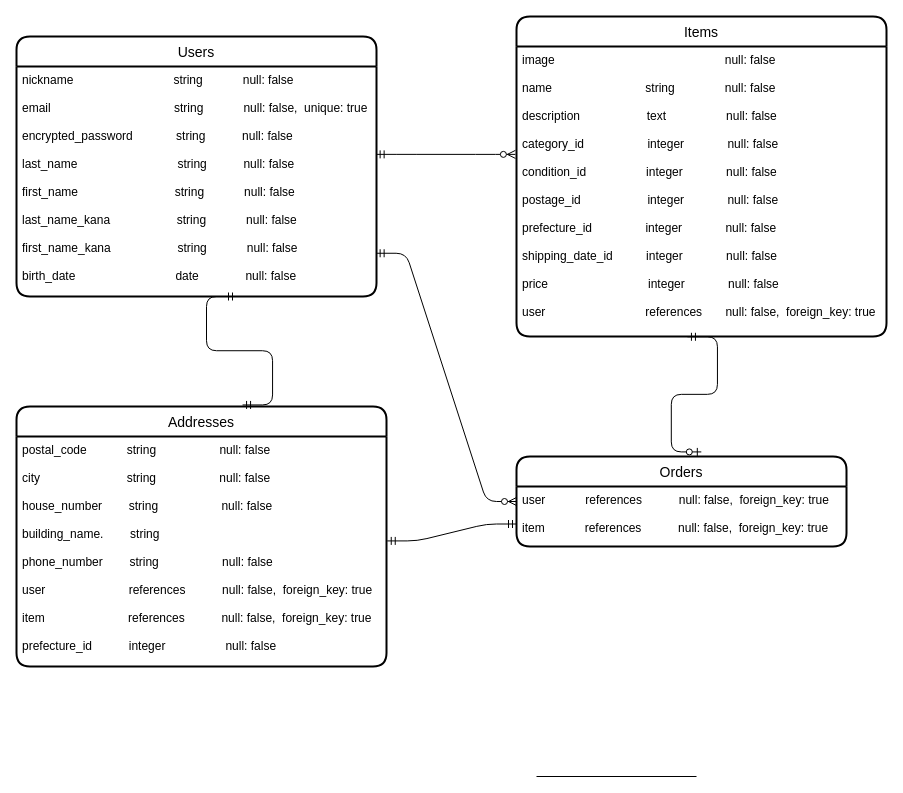
Above: furima.dio in haru8376/furima-35378 (draw.io), before the change. Source tidied: cells renumbered, new cells numbered last; positions are measured from the earlier drawing's top-left corner, leaving out a move shared by most shapes. Both pictures are drawn from the tidied source at 100%, with x=0, y=0 at pixel (16, 16).
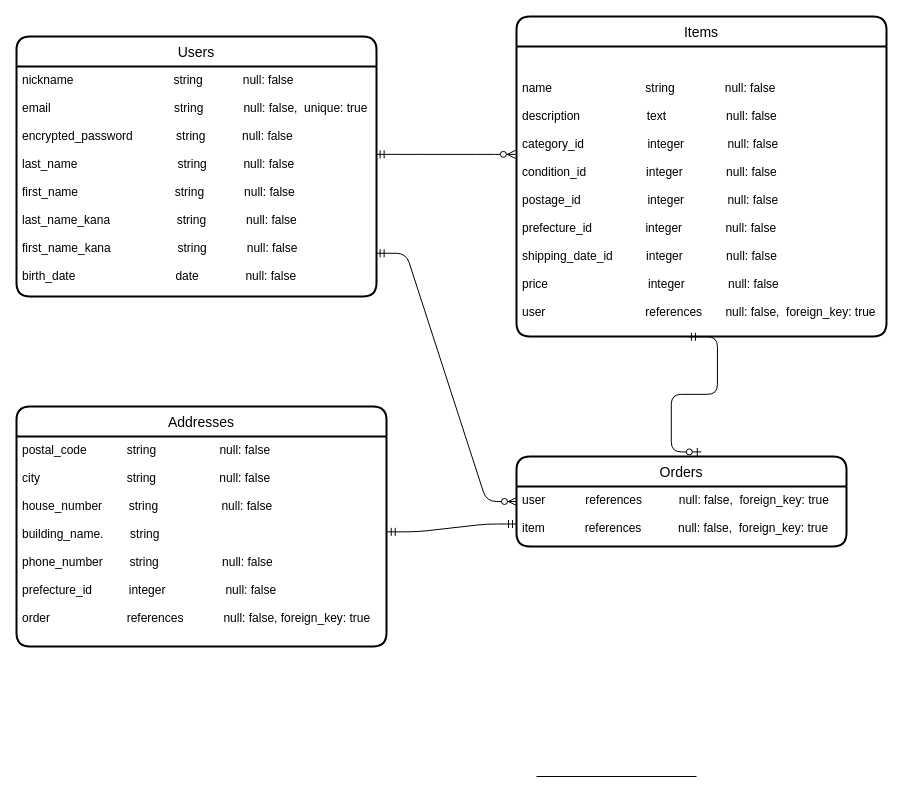
Above is the later version.

Commit message (it also covers changes not shown here):
データベース設計の修正

What changed in the source:
```diff
@@
 <mxGraphModel>
   <root>
     <mxCell id="0" />
     <mxCell id="1" parent="0" />
     <mxCell id="2" style="endArrow=none;html=1;rounded=0;" parent="1" edge="1">
       <mxGeometry relative="1" as="geometry">
         <mxPoint x="520" y="760" as="sourcePoint" />
         <mxPoint x="680" y="760" as="targetPoint" />
       </mxGeometry>
     </mxCell>
     <mxCell id="3" value="Users" style="swimlane;horizontal=1;startSize=30;rounded=1;fontSize=14;fontStyle=0;strokeWidth=2;shadow=0;dashed=0;align=center;" parent="1" vertex="1">
       <mxGeometry y="20" width="360" height="260" as="geometry" />
     </mxCell>
     <mxCell id="4" value="nickname                              string            null: false&#10;&#10;email                                     string            null: false,  unique: true&#10;&#10;encrypted_password             string           null: false&#10;&#10;last_name                              string           null: false&#10;&#10;first_name                             string            null: false&#10;&#10;last_name_kana                    string            null: false&#10;&#10;first_name_kana                    string            null: false&#10;&#10;birth_date                              date              null: false" style="align=left;strokeColor=none;fillColor=none;spacingLeft=4;fontSize=12;verticalAlign=top;" parent="3" vertex="1">
       <mxGeometry y="30" width="360" height="230" as="geometry" />
     </mxCell>
     <mxCell id="5" value="Items" style="swimlane;horizontal=1;startSize=30;rounded=1;fontSize=14;fontStyle=0;strokeWidth=2;shadow=0;dashed=0;align=center;" parent="1" vertex="1">
       <mxGeometry x="500" width="370" height="320" as="geometry" />
     </mxCell>
-    <mxCell id="6" value="image                                                   null: false&#10;&#10;name                            string               null: false &#10;&#10;description                    text                  null: false&#10;&#10;category_id                   integer             null: false&#10;&#10;condition_id                  integer             null: false&#10;&#10;postage_id                    integer             null: false&#10;&#10;prefecture_id                integer             null: false&#10;&#10;shipping_date_id          integer             null: false&#10;&#10;price                              integer             null: false&#10;&#10;user                              references       null: false,  foreign_key: true" style="align=left;strokeColor=none;fillColor=none;spacingLeft=4;fontSize=12;verticalAlign=top;" parent="5" vertex="1">
+    <mxCell id="6" value="&#10;&#10;name                            string               null: false &#10;&#10;description                    text                  null: false&#10;&#10;category_id                   integer             null: false&#10;&#10;condition_id                  integer             null: false&#10;&#10;postage_id                    integer             null: false&#10;&#10;prefecture_id                integer             null: false&#10;&#10;shipping_date_id          integer             null: false&#10;&#10;price                              integer             null: false&#10;&#10;user                              references       null: false,  foreign_key: true" style="align=left;strokeColor=none;fillColor=none;spacingLeft=4;fontSize=12;verticalAlign=top;" parent="5" vertex="1">
       <mxGeometry y="30" width="370" height="290" as="geometry" />
     </mxCell>
     <mxCell id="7" value="Orders" style="swimlane;horizontal=1;startSize=30;rounded=1;fontSize=14;fontStyle=0;strokeWidth=2;shadow=0;dashed=0;align=center;" parent="1" vertex="1">
       <mxGeometry x="500" y="440" width="330" height="90" as="geometry" />
     </mxCell>
     <mxCell id="8" value="user            references           null: false,  foreign_key: true&#10;&#10;item            references           null: false,  foreign_key: true" style="align=left;strokeColor=none;fillColor=none;spacingLeft=4;fontSize=12;verticalAlign=top;" parent="7" vertex="1">
       <mxGeometry y="30" width="330" height="60" as="geometry" />
     </mxCell>
     <mxCell id="9" value="Addresses" style="swimlane;horizontal=1;startSize=30;rounded=1;fontSize=14;fontStyle=0;strokeWidth=2;shadow=0;dashed=0;align=center;" parent="1" vertex="1">
-      <mxGeometry y="390" width="370" height="260" as="geometry" />
+      <mxGeometry y="390" width="370" height="240" as="geometry" />
     </mxCell>
-    <mxCell id="10" value="postal_code            string                   null: false&#10;&#10;city                          string                   null: false&#10;&#10;house_number        string                   null: false&#10;&#10;building_name.        string           &#10;&#10;phone_number        string                   null: false&#10;&#10;user                         references           null: false,  foreign_key: true&#10;&#10;item                         references           null: false,  foreign_key: true&#10;&#10;prefecture_id           integer                  null: false" style="align=left;strokeColor=none;fillColor=none;spacingLeft=4;fontSize=12;verticalAlign=top;" parent="9" vertex="1">
-      <mxGeometry y="30" width="370" height="230" as="geometry" />
+    <mxCell id="10" value="postal_code            string                   null: false&#10;&#10;city                          string                   null: false&#10;&#10;house_number        string                   null: false&#10;&#10;building_name.        string           &#10;&#10;phone_number        string                   null: false&#10;&#10;prefecture_id           integer                  null: false&#10;&#10;order                       references            null: false, foreign_key: true" style="align=left;strokeColor=none;fillColor=none;spacingLeft=4;fontSize=12;verticalAlign=top;" parent="9" vertex="1">
+      <mxGeometry y="30" width="370" height="210" as="geometry" />
     </mxCell>
     <mxCell id="11" style="edgeStyle=entityRelationEdgeStyle;fontSize=12;html=1;endArrow=ERzeroToMany;startArrow=ERmandOne;exitX=0.999;exitY=0.812;exitDx=0;exitDy=0;exitPerimeter=0;entryX=0;entryY=0.25;entryDx=0;entryDy=0;" parent="1" edge="1" source="4" target="8">
       <mxGeometry relative="1" as="geometry" />
     </mxCell>
     <mxCell id="12" style="edgeStyle=entityRelationEdgeStyle;fontSize=12;html=1;endArrow=ERzeroToMany;startArrow=ERmandOne;exitX=0.999;exitY=0.382;exitDx=0;exitDy=0;exitPerimeter=0;entryX=-0.003;entryY=0.372;entryDx=0;entryDy=0;entryPerimeter=0;" parent="1" edge="1" source="4" target="6">
       <mxGeometry relative="1" as="geometry" />
     </mxCell>
     <mxCell id="13" style="edgeStyle=entityRelationEdgeStyle;fontSize=12;html=1;endArrow=ERzeroToOne;startArrow=ERmandOne;entryX=0.56;entryY=-0.051;entryDx=0;entryDy=0;exitX=0.462;exitY=1.001;exitDx=0;exitDy=0;exitPerimeter=0;entryPerimeter=0;" parent="1" edge="1" source="6" target="7">
       <mxGeometry relative="1" as="geometry" />
     </mxCell>
-    <mxCell id="14" style="edgeStyle=entityRelationEdgeStyle;fontSize=12;html=1;endArrow=ERmandOne;startArrow=ERmandOne;exitX=0.611;exitY=-0.006;exitDx=0;exitDy=0;exitPerimeter=0;" parent="1" edge="1" source="9">
-      <mxGeometry relative="1" as="geometry">
-        <mxPoint x="220" y="280" as="targetPoint" />
-      </mxGeometry>
-    </mxCell>
     <mxCell id="15" style="edgeStyle=entityRelationEdgeStyle;fontSize=12;html=1;endArrow=ERmandOne;startArrow=ERmandOne;exitX=1.002;exitY=0.454;exitDx=0;exitDy=0;exitPerimeter=0;entryX=0;entryY=0.75;entryDx=0;entryDy=0;" parent="1" edge="1" source="10" target="7">
       <mxGeometry relative="1" as="geometry" />
     </mxCell>
   </root>
 </mxGraphModel>
```
